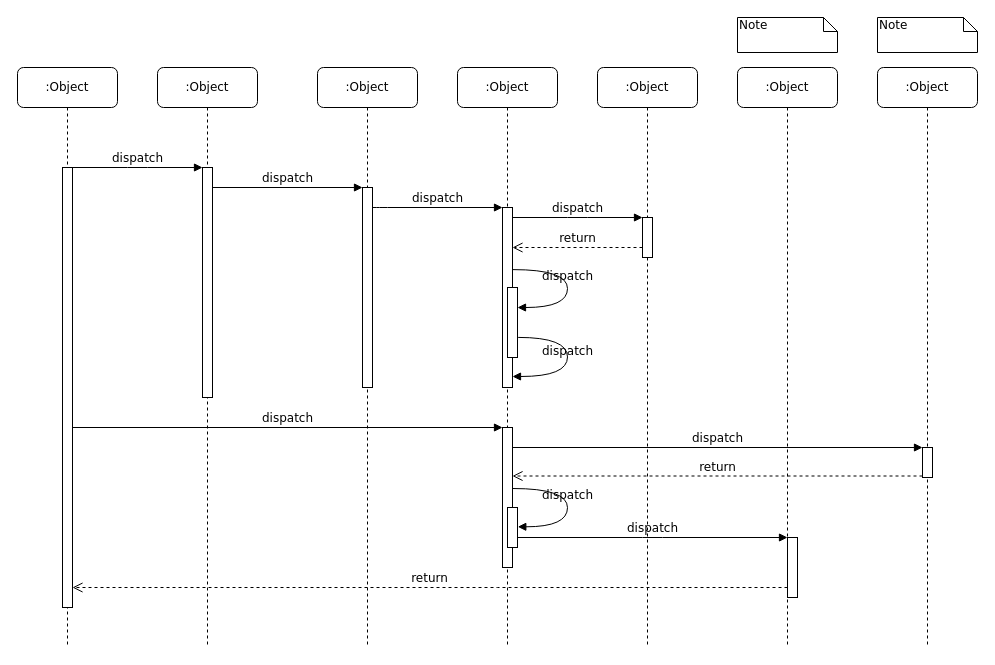
The draw.io diagram secuencia1.drawio in MirroringCode/diagramas-del-csm, before the edit. Source tidied: cells renumbered, new cells numbered last; positions are measured from the earlier drawing's top-left corner, leaving out a move shared by most shapes. Both pictures are drawn from the tidied source at 100%, with x=0, y=0 at pixel (17, 17).
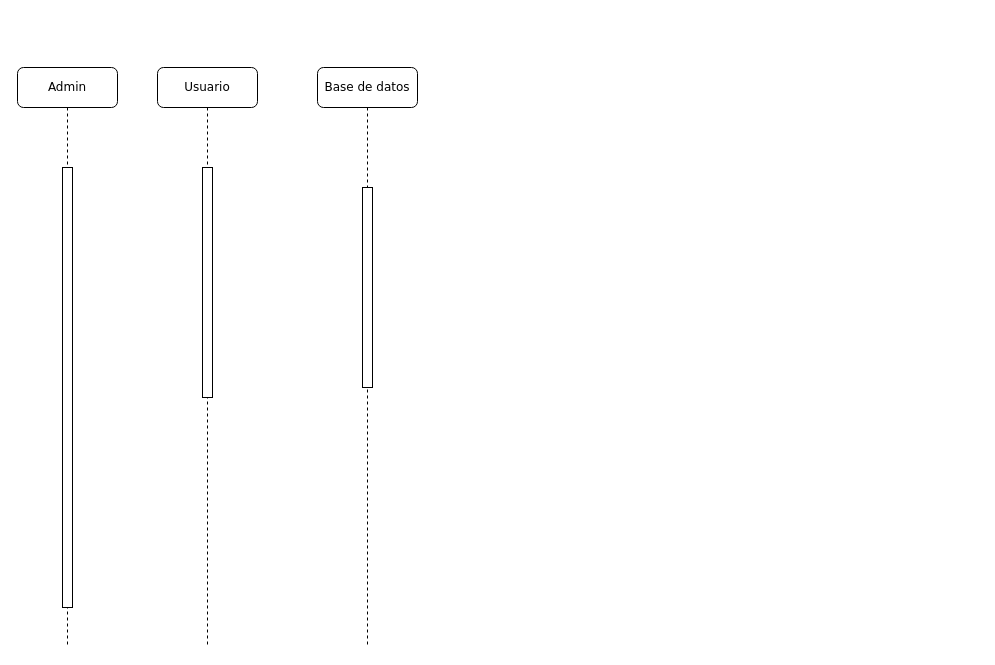
The same page after the edit.

Unchanged cells that the change refers to:
```xml
<mxCell id="3" style="html=1;points=[];perimeter=orthogonalPerimeter;rounded=0;shadow=0;comic=0;labelBackgroundColor=none;strokeWidth=1;fontFamily=Verdana;fontSize=12;align=center;" parent="2" vertex="1">
  <mxGeometry x="45" y="100" width="10" height="230" as="geometry" />
</mxCell>
<mxCell id="5" style="html=1;points=[];perimeter=orthogonalPerimeter;rounded=0;shadow=0;comic=0;labelBackgroundColor=none;strokeWidth=1;fontFamily=Verdana;fontSize=12;align=center;" parent="4" vertex="1">
  <mxGeometry x="45" y="120" width="10" height="200" as="geometry" />
</mxCell>
<mxCell id="11" style="html=1;points=[];perimeter=orthogonalPerimeter;rounded=0;shadow=0;comic=0;labelBackgroundColor=none;strokeWidth=1;fontFamily=Verdana;fontSize=12;align=center;" parent="10" vertex="1">
  <mxGeometry x="45" y="100" width="10" height="440" as="geometry" />
</mxCell>
```

What changed in the source:
```diff
@@
-<mxGraphModel>
+<mxGraphModel background="#ffffff">
@@
-    <mxCell id="2" value=":Object" style="shape=umlLifeline;perimeter=lifelinePerimeter;whiteSpace=wrap;html=1;rounded=1;shadow=0;comic=0;labelBackgroundColor=none;strokeWidth=1;fontFamily=Verdana;fontSize=12;align=center;" parent="1" vertex="1">
+    <mxCell id="2" value="Usuario" style="shape=umlLifeline;perimeter=lifelinePerimeter;whiteSpace=wrap;html=1;rounded=1;shadow=0;comic=0;labelBackgroundColor=none;strokeWidth=1;fontFamily=Verdana;fontSize=12;align=center;" parent="1" vertex="1">
       <mxGeometry x="140" y="50" width="100" height="580" as="geometry" />
     </mxCell>
@@
-    <mxCell id="4" value=":Object" style="shape=umlLifeline;perimeter=lifelinePerimeter;whiteSpace=wrap;html=1;rounded=1;shadow=0;comic=0;labelBackgroundColor=none;strokeWidth=1;fontFamily=Verdana;fontSize=12;align=center;" parent="1" vertex="1">
+    <mxCell id="4" value="Base de datos" style="shape=umlLifeline;perimeter=lifelinePerimeter;whiteSpace=wrap;html=1;rounded=1;shadow=0;comic=0;labelBackgroundColor=none;strokeWidth=1;fontFamily=Verdana;fontSize=12;align=center;" parent="1" vertex="1">
       <mxGeometry x="300" y="50" width="100" height="580" as="geometry" />
     </mxCell>
@@
-    <mxCell id="6" value=":Object" style="shape=umlLifeline;perimeter=lifelinePerimeter;whiteSpace=wrap;html=1;rounded=1;shadow=0;comic=0;labelBackgroundColor=none;strokeWidth=1;fontFamily=Verdana;fontSize=12;align=center;" parent="1" vertex="1">
-      <mxGeometry x="440" y="50" width="100" height="580" as="geometry" />
-    </mxCell>
-    <mxCell id="7" value=":Object" style="shape=umlLifeline;perimeter=lifelinePerimeter;whiteSpace=wrap;html=1;rounded=1;shadow=0;comic=0;labelBackgroundColor=none;strokeWidth=1;fontFamily=Verdana;fontSize=12;align=center;" parent="1" vertex="1">
-      <mxGeometry x="580" y="50" width="100" height="580" as="geometry" />
-    </mxCell>
-    <mxCell id="8" value=":Object" style="shape=umlLifeline;perimeter=lifelinePerimeter;whiteSpace=wrap;html=1;rounded=1;shadow=0;comic=0;labelBackgroundColor=none;strokeWidth=1;fontFamily=Verdana;fontSize=12;align=center;" parent="1" vertex="1">
-      <mxGeometry x="720" y="50" width="100" height="580" as="geometry" />
-    </mxCell>
-    <mxCell id="9" value=":Object" style="shape=umlLifeline;perimeter=lifelinePerimeter;whiteSpace=wrap;html=1;rounded=1;shadow=0;comic=0;labelBackgroundColor=none;strokeWidth=1;fontFamily=Verdana;fontSize=12;align=center;" parent="1" vertex="1">
-      <mxGeometry x="860" y="50" width="100" height="580" as="geometry" />
-    </mxCell>
-    <mxCell id="10" value=":Object" style="shape=umlLifeline;perimeter=lifelinePerimeter;whiteSpace=wrap;html=1;rounded=1;shadow=0;comic=0;labelBackgroundColor=none;strokeWidth=1;fontFamily=Verdana;fontSize=12;align=center;" parent="1" vertex="1">
+    <mxCell id="10" value="Admin" style="shape=umlLifeline;perimeter=lifelinePerimeter;whiteSpace=wrap;html=1;rounded=1;shadow=0;comic=0;labelBackgroundColor=none;strokeWidth=1;fontFamily=Verdana;fontSize=12;align=center;" parent="1" vertex="1">
       <mxGeometry y="50" width="100" height="580" as="geometry" />
     </mxCell>
@@
-    <mxCell id="12" style="html=1;points=[];perimeter=orthogonalPerimeter;rounded=0;shadow=0;comic=0;labelBackgroundColor=none;strokeWidth=1;fontFamily=Verdana;fontSize=12;align=center;" parent="1" vertex="1">
-      <mxGeometry x="485" y="190" width="10" height="180" as="geometry" />
-    </mxCell>
-    <mxCell id="13" value="dispatch" style="html=1;verticalAlign=bottom;endArrow=block;labelBackgroundColor=none;fontFamily=Verdana;fontSize=12;edgeStyle=elbowEdgeStyle;elbow=vertical;" parent="1" edge="1" source="5" target="12">
-      <mxGeometry relative="1" as="geometry">
-        <Array as="points">
-          <mxPoint x="360" y="190" />
-        </Array>
-      </mxGeometry>
-    </mxCell>
-    <mxCell id="14" style="html=1;points=[];perimeter=orthogonalPerimeter;rounded=0;shadow=0;comic=0;labelBackgroundColor=none;strokeWidth=1;fontFamily=Verdana;fontSize=12;align=center;" parent="1" vertex="1">
-      <mxGeometry x="625" y="200" width="10" height="40" as="geometry" />
-    </mxCell>
-    <mxCell id="15" value="dispatch" style="html=1;verticalAlign=bottom;endArrow=block;entryX=0;entryY=0;labelBackgroundColor=none;fontFamily=Verdana;fontSize=12;edgeStyle=elbowEdgeStyle;elbow=vertical;" parent="1" edge="1" source="12" target="14">
-      <mxGeometry relative="1" as="geometry" />
-    </mxCell>
-    <mxCell id="16" value="return" style="html=1;verticalAlign=bottom;endArrow=open;dashed=1;endSize=8;labelBackgroundColor=none;fontFamily=Verdana;fontSize=12;edgeStyle=elbowEdgeStyle;elbow=vertical;" parent="1" edge="1" source="14" target="12">
-      <mxGeometry relative="1" as="geometry">
-        <Array as="points">
-          <mxPoint x="570" y="230" />
-          <mxPoint x="600" y="230" />
-        </Array>
-      </mxGeometry>
-    </mxCell>
-    <mxCell id="17" style="html=1;points=[];perimeter=orthogonalPerimeter;rounded=0;shadow=0;comic=0;labelBackgroundColor=none;strokeWidth=1;fontFamily=Verdana;fontSize=12;align=center;" parent="1" vertex="1">
-      <mxGeometry x="485" y="410" width="10" height="140" as="geometry" />
-    </mxCell>
-    <mxCell id="18" value="dispatch" style="html=1;verticalAlign=bottom;endArrow=block;entryX=0;entryY=0;labelBackgroundColor=none;fontFamily=Verdana;fontSize=12;" parent="1" edge="1" source="11" target="17">
-      <mxGeometry relative="1" as="geometry" />
-    </mxCell>
-    <mxCell id="19" style="html=1;points=[];perimeter=orthogonalPerimeter;rounded=0;shadow=0;comic=0;labelBackgroundColor=none;strokeColor=#000000;strokeWidth=1;fillColor=#FFFFFF;fontFamily=Verdana;fontSize=12;fontColor=#000000;align=center;" parent="1" vertex="1">
-      <mxGeometry x="905" y="430" width="10" height="30" as="geometry" />
-    </mxCell>
-    <mxCell id="20" value="dispatch" style="html=1;verticalAlign=bottom;endArrow=block;entryX=0;entryY=0;labelBackgroundColor=none;fontFamily=Verdana;fontSize=12;" parent="1" edge="1" source="17" target="19">
-      <mxGeometry relative="1" as="geometry" />
-    </mxCell>
-    <mxCell id="21" value="return" style="html=1;verticalAlign=bottom;endArrow=open;dashed=1;endSize=8;exitX=0;exitY=0.95;labelBackgroundColor=none;fontFamily=Verdana;fontSize=12;" parent="1" edge="1" source="19" target="17">
-      <mxGeometry relative="1" as="geometry" />
-    </mxCell>
-    <mxCell id="22" style="html=1;points=[];perimeter=orthogonalPerimeter;rounded=0;shadow=0;comic=0;labelBackgroundColor=none;strokeWidth=1;fontFamily=Verdana;fontSize=12;align=center;" parent="1" vertex="1">
-      <mxGeometry x="770" y="520" width="10" height="60" as="geometry" />
-    </mxCell>
-    <mxCell id="23" value="dispatch" style="html=1;verticalAlign=bottom;endArrow=block;entryX=0;entryY=0;labelBackgroundColor=none;fontFamily=Verdana;fontSize=12;edgeStyle=elbowEdgeStyle;elbow=vertical;" parent="1" edge="1" source="30" target="22">
-      <mxGeometry relative="1" as="geometry" />
-    </mxCell>
-    <mxCell id="24" value="return" style="html=1;verticalAlign=bottom;endArrow=open;dashed=1;endSize=8;labelBackgroundColor=none;fontFamily=Verdana;fontSize=12;edgeStyle=elbowEdgeStyle;elbow=vertical;" parent="1" edge="1" source="22" target="11">
-      <mxGeometry relative="1" as="geometry">
-        <Array as="points">
-          <mxPoint x="470" y="570" />
-        </Array>
-      </mxGeometry>
-    </mxCell>
-    <mxCell id="25" value="dispatch" style="html=1;verticalAlign=bottom;endArrow=block;entryX=0;entryY=0;labelBackgroundColor=none;fontFamily=Verdana;fontSize=12;edgeStyle=elbowEdgeStyle;elbow=vertical;" parent="1" edge="1" source="11" target="3">
-      <mxGeometry relative="1" as="geometry" />
-    </mxCell>
-    <mxCell id="26" value="dispatch" style="html=1;verticalAlign=bottom;endArrow=block;entryX=0;entryY=0;labelBackgroundColor=none;fontFamily=Verdana;fontSize=12;edgeStyle=elbowEdgeStyle;elbow=vertical;" parent="1" edge="1" source="3" target="5">
-      <mxGeometry relative="1" as="geometry" />
-    </mxCell>
-    <mxCell id="27" style="html=1;points=[];perimeter=orthogonalPerimeter;rounded=0;shadow=0;comic=0;labelBackgroundColor=none;strokeWidth=1;fontFamily=Verdana;fontSize=12;align=center;" parent="1" vertex="1">
-      <mxGeometry x="490" y="270" width="10" height="70" as="geometry" />
-    </mxCell>
-    <mxCell id="28" value="dispatch" style="html=1;verticalAlign=bottom;endArrow=block;labelBackgroundColor=none;fontFamily=Verdana;fontSize=12;elbow=vertical;edgeStyle=orthogonalEdgeStyle;curved=1;entryX=1;entryY=0.286;entryPerimeter=0;exitX=1.038;exitY=0.345;exitPerimeter=0;" parent="1" edge="1" source="12" target="27">
-      <mxGeometry relative="1" as="geometry">
-        <Array as="points">
-          <mxPoint x="550" y="252" />
-          <mxPoint x="550" y="290" />
-        </Array>
-      </mxGeometry>
-    </mxCell>
-    <mxCell id="29" value="dispatch" style="html=1;verticalAlign=bottom;endArrow=block;labelBackgroundColor=none;fontFamily=Verdana;fontSize=12;elbow=vertical;edgeStyle=orthogonalEdgeStyle;curved=1;exitX=1.066;exitY=0.713;exitPerimeter=0;" parent="1" edge="1" source="27">
-      <mxGeometry relative="1" as="geometry">
-        <mxPoint x="495" y="359" as="targetPoint" />
-        <Array as="points">
-          <mxPoint x="550" y="320" />
-          <mxPoint x="550" y="359" />
-        </Array>
-      </mxGeometry>
-    </mxCell>
-    <mxCell id="30" style="html=1;points=[];perimeter=orthogonalPerimeter;rounded=0;shadow=0;comic=0;labelBackgroundColor=none;strokeWidth=1;fontFamily=Verdana;fontSize=12;align=center;" parent="1" vertex="1">
-      <mxGeometry x="490" y="490" width="10" height="40" as="geometry" />
-    </mxCell>
-    <mxCell id="31" value="dispatch" style="html=1;verticalAlign=bottom;endArrow=block;labelBackgroundColor=none;fontFamily=Verdana;fontSize=12;elbow=vertical;edgeStyle=orthogonalEdgeStyle;curved=1;entryX=1;entryY=0.286;entryPerimeter=0;exitX=1.038;exitY=0.345;exitPerimeter=0;" parent="1" edge="1">
-      <mxGeometry relative="1" as="geometry">
-        <mxPoint x="495.3" y="471" as="sourcePoint" />
-        <mxPoint x="500.3" y="509.3" as="targetPoint" />
-        <Array as="points">
-          <mxPoint x="550" y="471" />
-          <mxPoint x="550" y="509" />
-        </Array>
-      </mxGeometry>
-    </mxCell>
-    <mxCell id="32" value="Note" style="shape=note;whiteSpace=wrap;html=1;size=14;verticalAlign=top;align=left;spacingTop=-6;rounded=0;shadow=0;comic=0;labelBackgroundColor=none;strokeWidth=1;fontFamily=Verdana;fontSize=12;" parent="1" vertex="1">
-      <mxGeometry x="720" width="100" height="35" as="geometry" />
-    </mxCell>
-    <mxCell id="33" value="Note" style="shape=note;whiteSpace=wrap;html=1;size=14;verticalAlign=top;align=left;spacingTop=-6;rounded=0;shadow=0;comic=0;labelBackgroundColor=none;strokeWidth=1;fontFamily=Verdana;fontSize=12;" parent="1" vertex="1">
-      <mxGeometry x="860" width="100" height="35" as="geometry" />
-    </mxCell>
```
